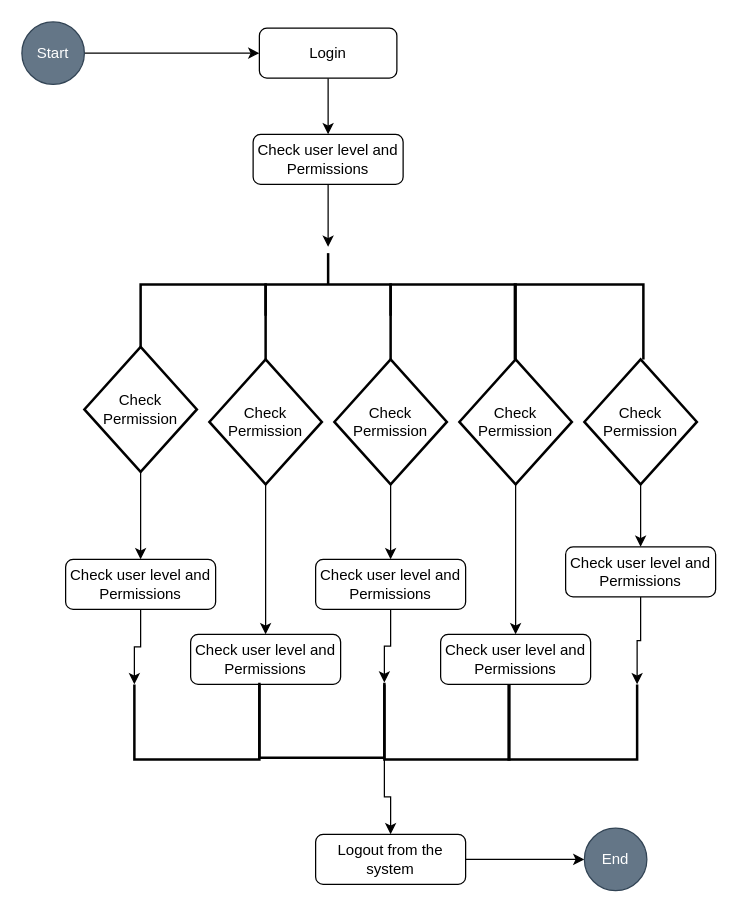
Shorzinator/Practice-Programs keeps this draw.io diagram as page "Page-1" (1 of 2) of Untitled Diagram.drawio. Above is the earlier version. Source tidied: cells renumbered, new cells numbered last; positions are measured from the earlier drawing's top-left corner, leaving out a move shared by most shapes. Both pictures are drawn from the tidied source at 125%, with x=0, y=0 at pixel (21, 21).
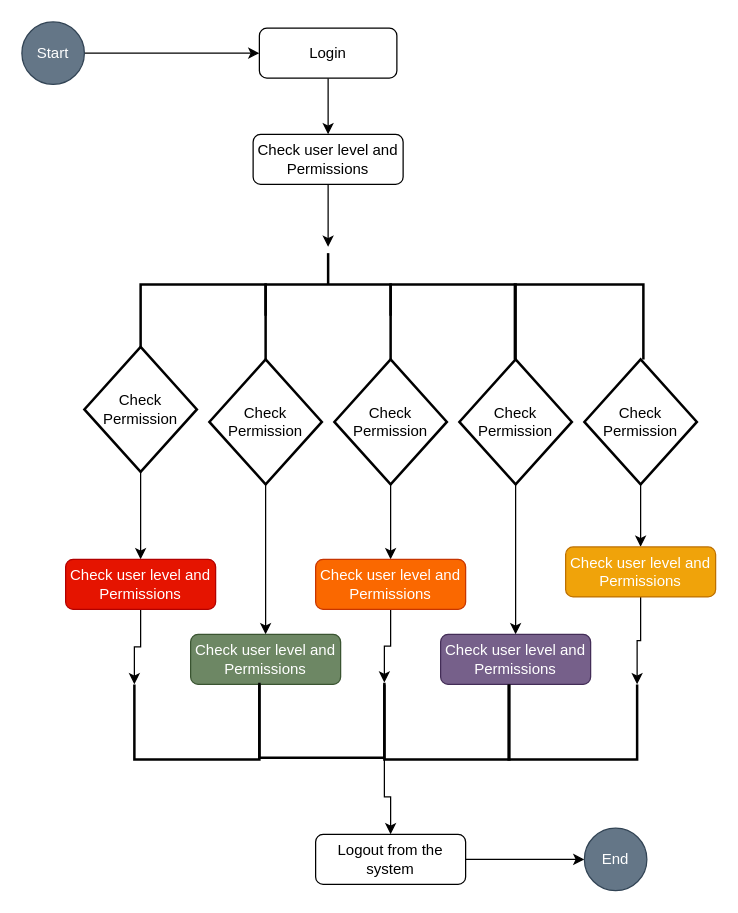
After the change.

Diff of the diagram source:
```diff
@@
-    <mxCell id="23" value="Check user level and Permissions" style="rounded=1;whiteSpace=wrap;html=1;" parent="1" vertex="1">
+    <mxCell id="23" value="Check user level and Permissions" style="rounded=1;whiteSpace=wrap;html=1;fillColor=#e51400;strokeColor=#B20000;fontColor=#ffffff;" parent="1" vertex="1">
       <mxGeometry x="35" y="430" width="120" height="40" as="geometry" />
     </mxCell>
-    <mxCell id="24" value="Check user level and Permissions" style="rounded=1;whiteSpace=wrap;html=1;" parent="1" vertex="1">
+    <mxCell id="24" value="Check user level and Permissions" style="rounded=1;whiteSpace=wrap;html=1;fillColor=#6d8764;strokeColor=#3A5431;fontColor=#ffffff;" parent="1" vertex="1">
       <mxGeometry x="135" y="490" width="120" height="40" as="geometry" />
     </mxCell>
@@
-    <mxCell id="26" value="Check user level and Permissions" style="rounded=1;whiteSpace=wrap;html=1;" parent="1" vertex="1">
+    <mxCell id="26" value="Check user level and Permissions" style="rounded=1;whiteSpace=wrap;html=1;fillColor=#fa6800;strokeColor=#C73500;fontColor=#ffffff;" parent="1" vertex="1">
       <mxGeometry x="235" y="430" width="120" height="40" as="geometry" />
     </mxCell>
-    <mxCell id="27" value="Check user level and Permissions" style="rounded=1;whiteSpace=wrap;html=1;" parent="1" vertex="1">
+    <mxCell id="27" value="Check user level and Permissions" style="rounded=1;whiteSpace=wrap;html=1;fillColor=#76608a;strokeColor=#432D57;fontColor=#ffffff;" parent="1" vertex="1">
       <mxGeometry x="335" y="490" width="120" height="40" as="geometry" />
     </mxCell>
@@
-    <mxCell id="29" value="Check user level and Permissions" style="rounded=1;whiteSpace=wrap;html=1;" parent="1" vertex="1">
+    <mxCell id="29" value="Check user level and Permissions" style="rounded=1;whiteSpace=wrap;html=1;fillColor=#f0a30a;strokeColor=#BD7000;fontColor=#ffffff;" parent="1" vertex="1">
       <mxGeometry x="435" y="420" width="120" height="40" as="geometry" />
     </mxCell>
```
